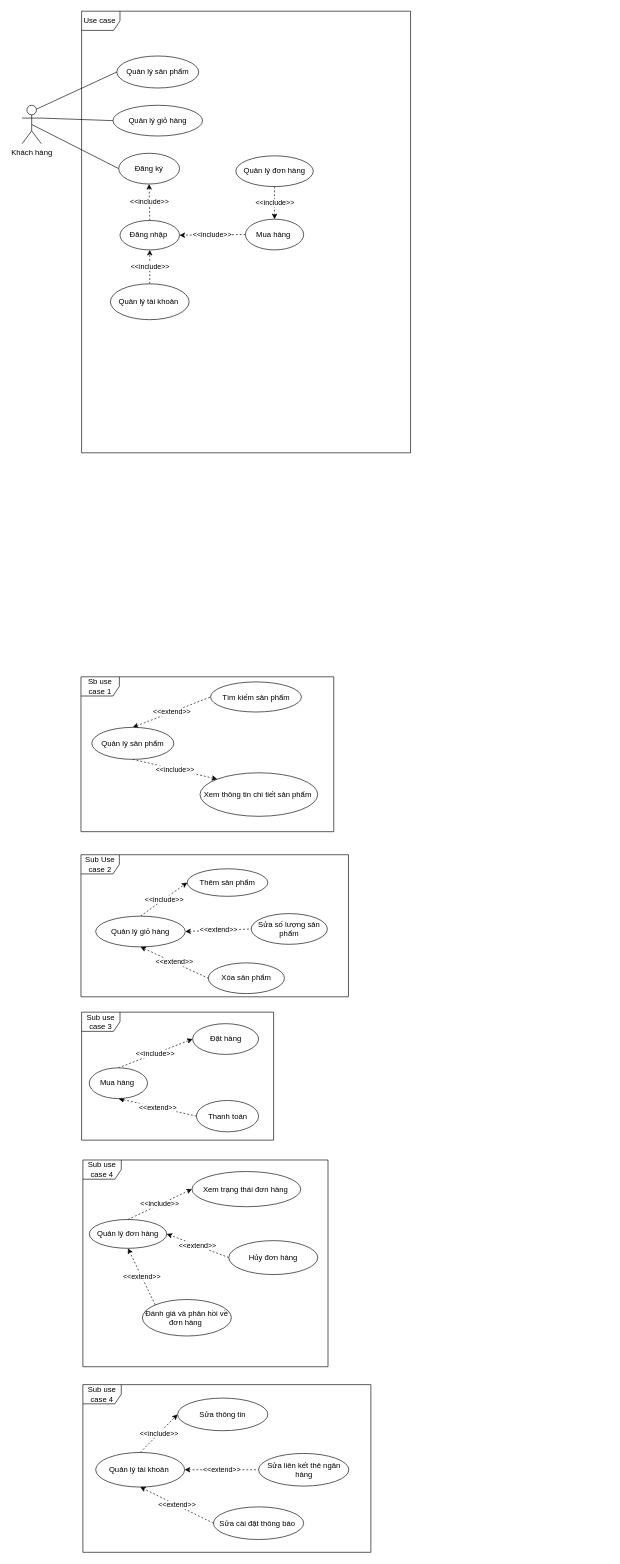
Before: CMC/Nháp.drawio in tranthihuong-753/test, a draw.io diagram. Source tidied: cells renumbered, new cells numbered last; positions are measured from the earlier drawing's top-left corner, leaving out a move shared by most shapes. Both pictures are drawn from the tidied source at 64%, with x=0, y=0 at pixel (22, 11).
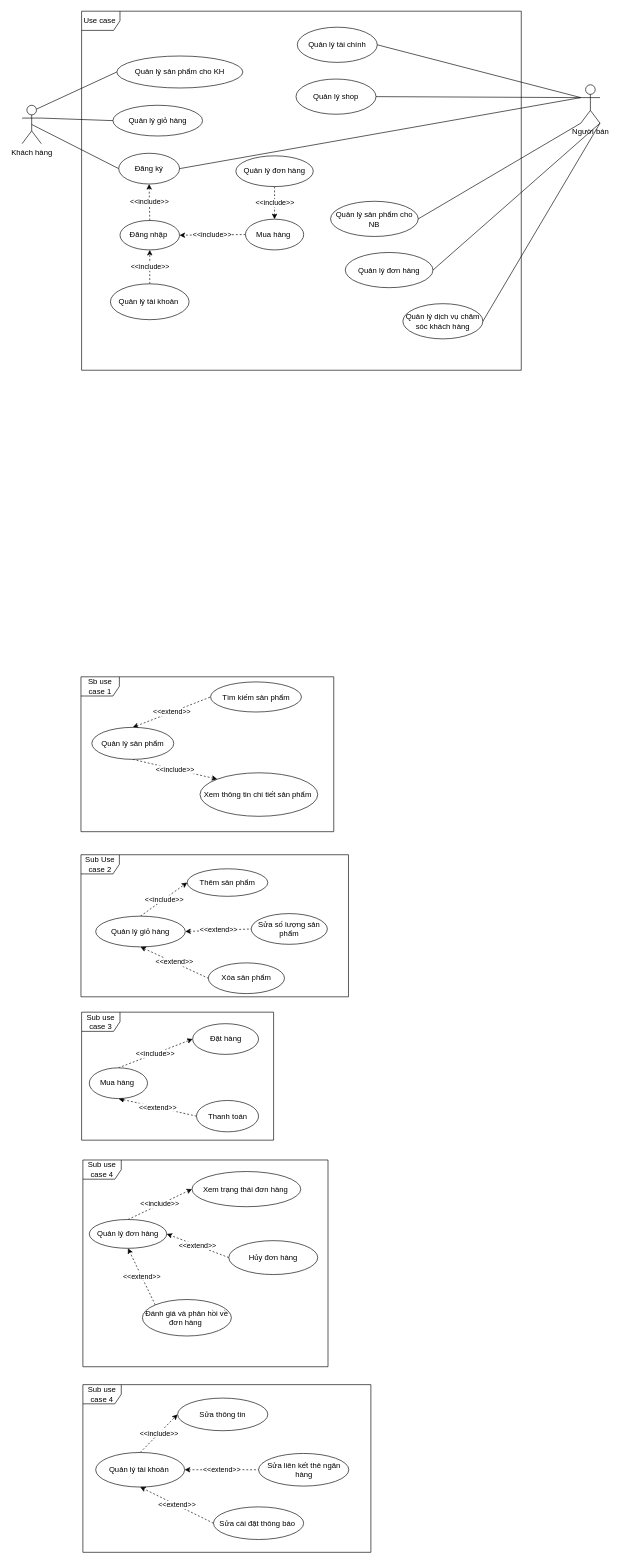
After the change.

Unchanged cells that the change refers to:
```xml
<mxCell id="9" value="Đăng ký" style="ellipse;whiteSpace=wrap;html=1;" parent="1" vertex="1">
  <mxGeometry x="151" y="222" width="95" height="48" as="geometry" />
</mxCell>
```

Diff of the diagram source:
```diff
@@
     <mxCell id="2" value="Use case&amp;nbsp;" style="shape=umlFrame;whiteSpace=wrap;html=1;" parent="1" vertex="1">
-      <mxGeometry x="93" width="514" height="690" as="geometry" />
+      <mxGeometry x="93" width="687" height="561" as="geometry" />
     </mxCell>
@@
-    <mxCell id="7" value="Quản lý sản phẩm" style="ellipse;whiteSpace=wrap;html=1;" parent="1" vertex="1">
-      <mxGeometry x="148" y="70" width="128" height="50" as="geometry" />
+    <mxCell id="7" value="Quản lý sản phẩm cho KH" style="ellipse;whiteSpace=wrap;html=1;" parent="1" vertex="1">
+      <mxGeometry x="148" y="70" width="197" height="50" as="geometry" />
     </mxCell>
@@
+    <mxCell id="54" style="rounded=0;jettySize=auto;html=1;exitX=0;exitY=0.3333333333333333;exitDx=0;exitDy=0;exitPerimeter=0;entryX=1;entryY=0.5;entryDx=0;entryDy=0;endArrow=none;startFill=0;" parent="1" edge="1" source="55" target="9">
+      <mxGeometry relative="1" as="geometry" />
+    </mxCell>
+    <mxCell id="55" value="Người bán" style="shape=umlActor;verticalLabelPosition=bottom;verticalAlign=top;html=1;" parent="1" vertex="1">
+      <mxGeometry x="873" y="115" width="30" height="60" as="geometry" />
+    </mxCell>
+    <mxCell id="56" value="Quản lý sản phẩm cho NB" style="ellipse;whiteSpace=wrap;html=1;" parent="1" vertex="1">
+      <mxGeometry x="482" y="297" width="137" height="55" as="geometry" />
+    </mxCell>
+    <mxCell id="57" style="rounded=0;jettySize=auto;html=1;exitX=1;exitY=0.5;exitDx=0;exitDy=0;entryX=0;entryY=1;entryDx=0;entryDy=0;entryPerimeter=0;endArrow=none;startFill=0;" parent="1" edge="1" source="56" target="55">
+      <mxGeometry relative="1" as="geometry" />
+    </mxCell>
+    <mxCell id="58" value="Quản lý đơn hàng" style="ellipse;whiteSpace=wrap;html=1;" parent="1" vertex="1">
+      <mxGeometry x="505" y="377" width="137" height="55" as="geometry" />
+    </mxCell>
+    <mxCell id="59" style="rounded=0;jettySize=auto;html=1;exitX=1;exitY=0.5;exitDx=0;exitDy=0;entryX=1;entryY=1;entryDx=0;entryDy=0;entryPerimeter=0;endArrow=none;startFill=0;" parent="1" edge="1" source="58" target="55">
+      <mxGeometry relative="1" as="geometry" />
+    </mxCell>
+    <mxCell id="60" value="Quản lý dịch vụ chăm sóc khách hàng" style="ellipse;whiteSpace=wrap;html=1;" parent="1" vertex="1">
+      <mxGeometry x="595" y="457" width="125" height="55" as="geometry" />
+    </mxCell>
+    <mxCell id="61" style="rounded=0;jettySize=auto;html=1;exitX=1;exitY=0.5;exitDx=0;exitDy=0;entryX=1;entryY=1;entryDx=0;entryDy=0;entryPerimeter=0;endArrow=none;startFill=0;" parent="1" edge="1" source="60" target="55">
+      <mxGeometry relative="1" as="geometry" />
+    </mxCell>
+    <mxCell id="62" value="Quản lý tài chính" style="ellipse;whiteSpace=wrap;html=1;" parent="1" vertex="1">
+      <mxGeometry x="430" y="25" width="125" height="55" as="geometry" />
+    </mxCell>
+    <mxCell id="63" style="rounded=0;jettySize=auto;html=1;exitX=1;exitY=0.5;exitDx=0;exitDy=0;entryX=0;entryY=0.3333333333333333;entryDx=0;entryDy=0;entryPerimeter=0;endArrow=none;startFill=0;" parent="1" edge="1" source="62" target="55">
+      <mxGeometry relative="1" as="geometry" />
+    </mxCell>
+    <mxCell id="64" value="Quản lý shop" style="ellipse;whiteSpace=wrap;html=1;" parent="1" vertex="1">
+      <mxGeometry x="428" y="106" width="125" height="55" as="geometry" />
+    </mxCell>
+    <mxCell id="65" style="rounded=0;jettySize=auto;html=1;exitX=1;exitY=0.5;exitDx=0;exitDy=0;entryX=0;entryY=0.3333333333333333;entryDx=0;entryDy=0;entryPerimeter=0;endArrow=none;startFill=0;" parent="1" edge="1" source="64" target="55">
+      <mxGeometry relative="1" as="geometry" />
+    </mxCell>
```
